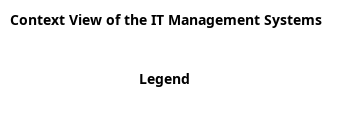
Earlier version of the PlantUML export docs/mybank/it-management/context-view.png (soulspace-org/my-bank-model).
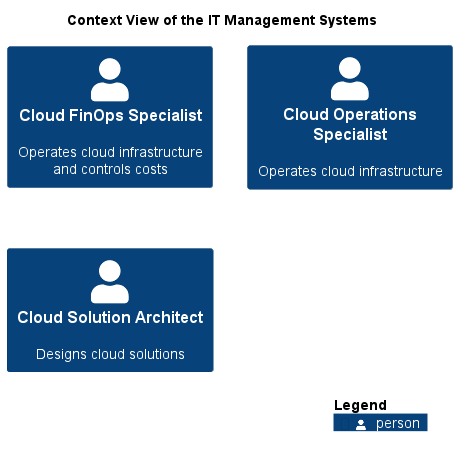
The same file after the commit.

Diff of the diagram source:
```diff
@@ -13,5 +13,8 @@
 
 
 title Context View of the IT Management Systems
+Person(mybank_itManagement_cloudFinopsSpecialist, "Cloud FinOps Specialist", $descr="Operates cloud infrastructure and controls costs")
+Person(mybank_itManagement_cloudOperationsSpecialist, "Cloud Operations Specialist", $descr="Operates cloud infrastructure")
+Person(mybank_itManagement_cloudSolutionArchitect, "Cloud Solution Architect", $descr="Designs cloud solutions")
 SHOW_LEGEND()
 @enduml
```
